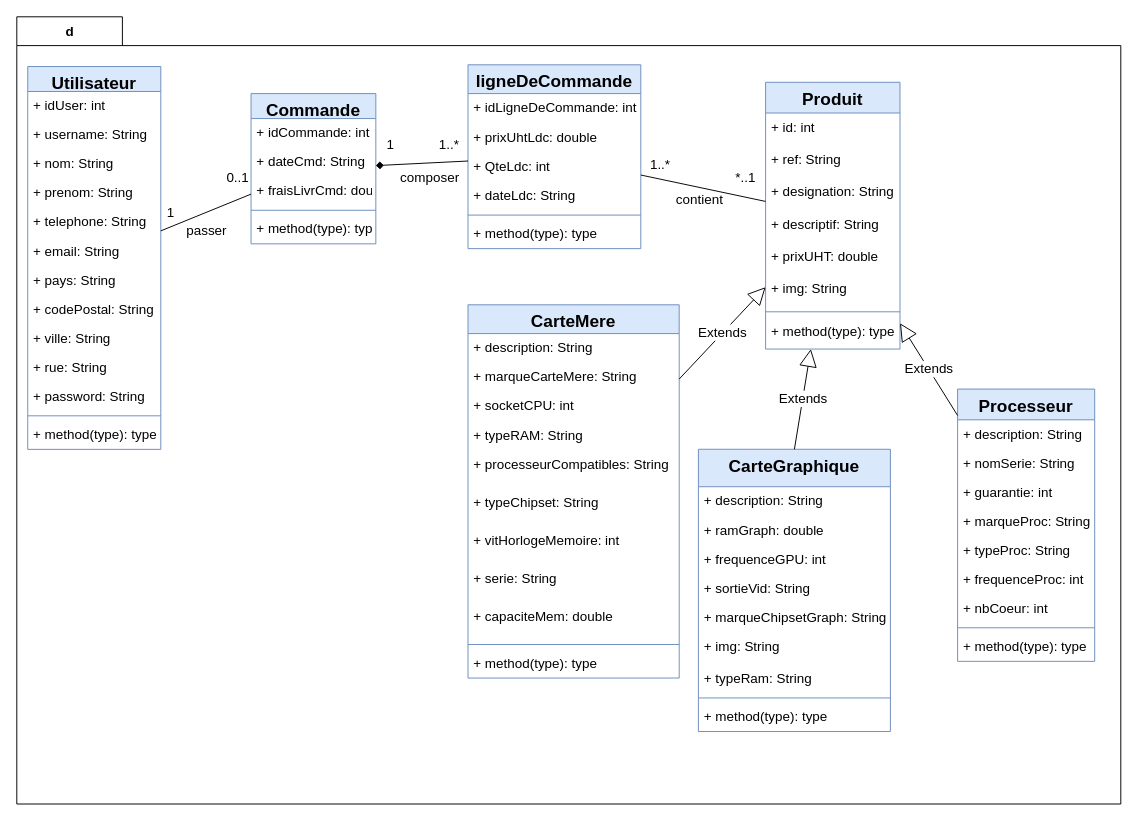
Above: modelisation/projet.drawio in Yoann-Ballester/Cda_projet (draw.io), before the change. Source tidied: cells renumbered, new cells numbered last; positions are measured from the earlier drawing's top-left corner, leaving out a move shared by most shapes. Both pictures are drawn from the tidied source at 96%, with x=0, y=0 at pixel (16, 16).
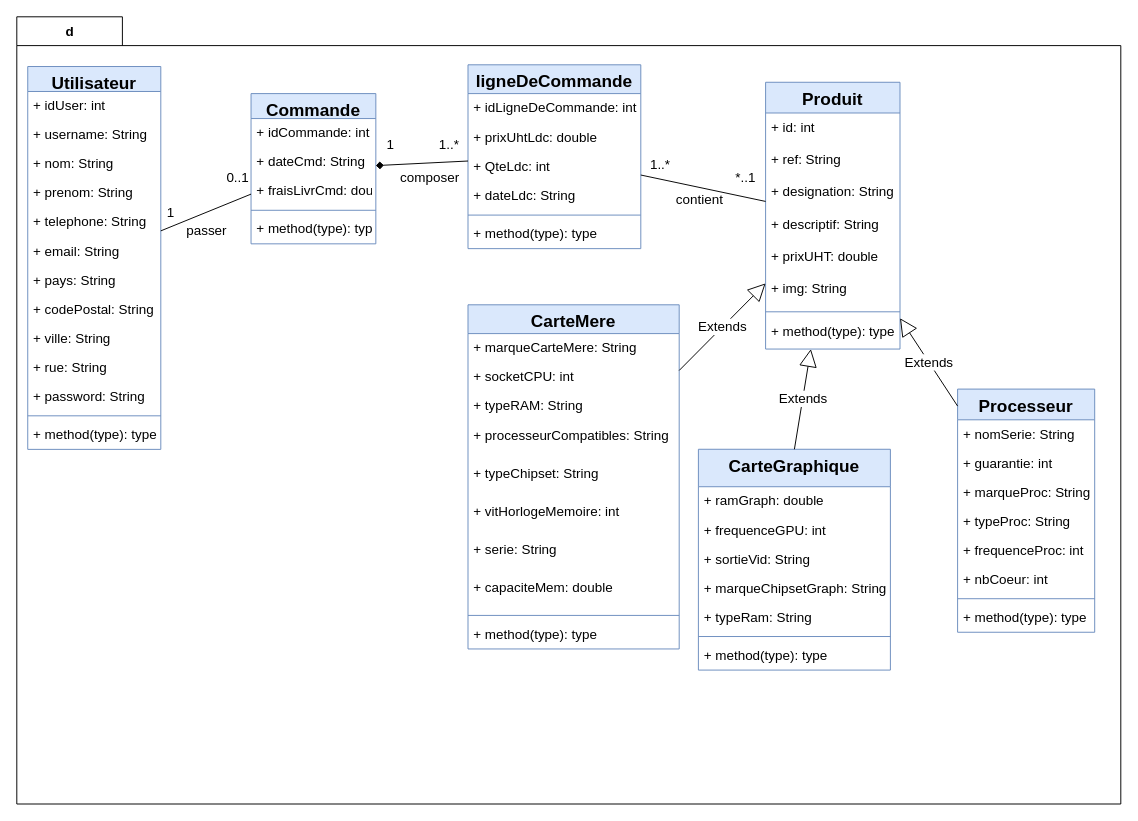
After the change.

The change refers to these unchanged cells:
```xml
<mxCell id="2" value="d" style="shape=folder;fontStyle=1;tabWidth=110;tabHeight=30;tabPosition=left;html=1;boundedLbl=1;labelInHeader=1;fontSize=14;" parent="1" vertex="1">
  <mxGeometry width="1150" height="820" as="geometry" />
</mxCell>
```

Change to the diagram source:
```diff
@@
     <mxCell id="31" value="Processeur" style="swimlane;fontStyle=1;align=center;verticalAlign=top;horizontal=1;startSize=32;fillColor=#dae8fc;strokeColor=#6c8ebf;fontSize=18;" parent="2" vertex="1">
-      <mxGeometry x="980" y="387.8" width="142.8" height="283.6" as="geometry" />
+      <mxGeometry x="980" y="387.8" width="142.8" height="253.3" as="geometry" />
     </mxCell>
-    <mxCell id="32" value="+ description: String" style="text;strokeColor=none;fillColor=none;align=left;verticalAlign=top;spacingLeft=4;spacingRight=4;overflow=hidden;fontSize=14;" parent="31" vertex="1">
-      <mxGeometry y="32" width="142.8" height="30.3" as="geometry" />
-    </mxCell>
     <mxCell id="33" value="+ nomSerie: String" style="text;strokeColor=none;fillColor=none;align=left;verticalAlign=top;spacingLeft=4;spacingRight=4;overflow=hidden;fontSize=14;" parent="31" vertex="1">
-      <mxGeometry y="62.3" width="142.8" height="30.3" as="geometry" />
+      <mxGeometry y="32" width="142.8" height="30.3" as="geometry" />
     </mxCell>
     <mxCell id="34" value="+ guarantie: int" style="text;strokeColor=none;fillColor=none;align=left;verticalAlign=top;spacingLeft=4;spacingRight=4;overflow=hidden;fontSize=14;" parent="31" vertex="1">
-      <mxGeometry y="92.6" width="142.8" height="30.3" as="geometry" />
+      <mxGeometry y="62.3" width="142.8" height="30.3" as="geometry" />
     </mxCell>
     <mxCell id="35" value="+ marqueProc: String" style="text;strokeColor=none;fillColor=none;align=left;verticalAlign=top;spacingLeft=4;spacingRight=4;overflow=hidden;fontSize=14;" parent="31" vertex="1">
-      <mxGeometry y="122.9" width="142.8" height="30.3" as="geometry" />
+      <mxGeometry y="92.6" width="142.8" height="30.3" as="geometry" />
     </mxCell>
     <mxCell id="36" value="+ typeProc: String" style="text;strokeColor=none;fillColor=none;align=left;verticalAlign=top;spacingLeft=4;spacingRight=4;overflow=hidden;fontSize=14;" parent="31" vertex="1">
-      <mxGeometry y="153.1" width="142.8" height="30.3" as="geometry" />
+      <mxGeometry y="122.9" width="142.8" height="30.3" as="geometry" />
     </mxCell>
     <mxCell id="37" value="+ frequenceProc: int" style="text;strokeColor=none;fillColor=none;align=left;verticalAlign=top;spacingLeft=4;spacingRight=4;overflow=hidden;fontSize=14;" parent="31" vertex="1">
-      <mxGeometry y="183.4" width="142.8" height="30.3" as="geometry" />
+      <mxGeometry y="153.1" width="142.8" height="30.3" as="geometry" />
     </mxCell>
     <mxCell id="38" value="+ nbCoeur: int" style="text;strokeColor=none;fillColor=none;align=left;verticalAlign=top;spacingLeft=4;spacingRight=4;overflow=hidden;fontSize=14;" parent="31" vertex="1">
-      <mxGeometry y="213.7" width="142.8" height="30.3" as="geometry" />
+      <mxGeometry y="183.4" width="142.8" height="30.3" as="geometry" />
     </mxCell>
     <mxCell id="39" style="line;strokeWidth=1;fillColor=none;align=left;verticalAlign=middle;spacingTop=-1;spacingLeft=3;spacingRight=3;labelPosition=right;strokeColor=inherit;fontSize=14;" parent="31" vertex="1">
-      <mxGeometry y="244" width="142.8" height="9.3" as="geometry" />
+      <mxGeometry y="213.7" width="142.8" height="9.3" as="geometry" />
     </mxCell>
     <mxCell id="40" value="+ method(type): type" style="text;strokeColor=none;fillColor=none;align=left;verticalAlign=top;spacingLeft=4;spacingRight=4;overflow=hidden;fontSize=14;" parent="31" vertex="1">
-      <mxGeometry y="253.3" width="142.8" height="30.3" as="geometry" />
+      <mxGeometry y="223" width="142.8" height="30.3" as="geometry" />
     </mxCell>
     <mxCell id="41" value="CarteGraphique" style="swimlane;fontStyle=1;align=center;verticalAlign=top;horizontal=1;startSize=39;fillColor=#dae8fc;strokeColor=#6c8ebf;fontSize=18;" parent="2" vertex="1">
-      <mxGeometry x="710" y="450.5" width="200" height="294" as="geometry" />
+      <mxGeometry x="710" y="450.5" width="200" height="230" as="geometry" />
     </mxCell>
-    <mxCell id="42" value="+ description: String" style="text;strokeColor=none;fillColor=none;align=left;verticalAlign=top;spacingLeft=4;spacingRight=4;overflow=hidden;fontSize=14;" parent="41" vertex="1">
-      <mxGeometry y="39" width="200" height="30.3" as="geometry" />
-    </mxCell>
     <mxCell id="43" value="+ ramGraph: double" style="text;strokeColor=none;fillColor=none;align=left;verticalAlign=top;spacingLeft=4;spacingRight=4;overflow=hidden;fontSize=14;" parent="41" vertex="1">
-      <mxGeometry y="69.3" width="200" height="30.3" as="geometry" />
+      <mxGeometry y="39" width="200" height="30.3" as="geometry" />
     </mxCell>
     <mxCell id="44" value="+ frequenceGPU: int" style="text;strokeColor=none;fillColor=none;align=left;verticalAlign=top;spacingLeft=4;spacingRight=4;overflow=hidden;fontSize=14;" parent="41" vertex="1">
-      <mxGeometry y="99.6" width="200" height="30.3" as="geometry" />
+      <mxGeometry y="69.3" width="200" height="30.3" as="geometry" />
     </mxCell>
     <mxCell id="45" value="+ sortieVid: String" style="text;strokeColor=none;fillColor=none;align=left;verticalAlign=top;spacingLeft=4;spacingRight=4;overflow=hidden;fontSize=14;" parent="41" vertex="1">
-      <mxGeometry y="129.9" width="200" height="30.3" as="geometry" />
+      <mxGeometry y="99.6" width="200" height="30.3" as="geometry" />
     </mxCell>
     <mxCell id="46" value="+ marqueChipsetGraph: String" style="text;strokeColor=none;fillColor=none;align=left;verticalAlign=top;spacingLeft=4;spacingRight=4;overflow=hidden;fontSize=14;" parent="41" vertex="1">
-      <mxGeometry y="160.1" width="200" height="30.3" as="geometry" />
+      <mxGeometry y="129.9" width="200" height="30.3" as="geometry" />
     </mxCell>
-    <mxCell id="47" value="+ img: String" style="text;strokeColor=none;fillColor=none;align=left;verticalAlign=top;spacingLeft=4;spacingRight=4;overflow=hidden;fontSize=14;" parent="41" vertex="1">
-      <mxGeometry y="190.4" width="200" height="33.7" as="geometry" />
-    </mxCell>
     <mxCell id="48" value="+ typeRam: String" style="text;strokeColor=none;fillColor=none;align=left;verticalAlign=top;spacingLeft=4;spacingRight=4;overflow=hidden;fontSize=14;" parent="41" vertex="1">
-      <mxGeometry y="224.1" width="200" height="30.3" as="geometry" />
+      <mxGeometry y="160.1" width="200" height="30.3" as="geometry" />
     </mxCell>
     <mxCell id="49" style="line;strokeWidth=1;fillColor=none;align=left;verticalAlign=middle;spacingTop=-1;spacingLeft=3;spacingRight=3;labelPosition=right;strokeColor=inherit;fontSize=14;" parent="41" vertex="1">
-      <mxGeometry y="254.4" width="200" height="9.3" as="geometry" />
+      <mxGeometry y="190.4" width="200" height="9.3" as="geometry" />
     </mxCell>
     <mxCell id="50" value="+ method(type): type" style="text;strokeColor=none;fillColor=none;align=left;verticalAlign=top;spacingLeft=4;spacingRight=4;overflow=hidden;fontSize=14;" parent="41" vertex="1">
-      <mxGeometry y="263.7" width="200" height="30.3" as="geometry" />
+      <mxGeometry y="199.8" width="200" height="30.3" as="geometry" />
     </mxCell>
     <mxCell id="51" value="CarteMere" style="swimlane;fontStyle=1;align=center;verticalAlign=top;horizontal=1;startSize=30;fillColor=#dae8fc;strokeColor=#6c8ebf;fontSize=18;" parent="2" vertex="1">
-      <mxGeometry x="470" y="300" width="220" height="388.8" as="geometry" />
+      <mxGeometry x="470" y="300" width="220" height="358.5" as="geometry" />
     </mxCell>
-    <mxCell id="52" value="+ description: String" style="text;strokeColor=none;fillColor=none;align=left;verticalAlign=top;spacingLeft=4;spacingRight=4;overflow=hidden;fontSize=14;" parent="51" vertex="1">
-      <mxGeometry y="30" width="220" height="30.3" as="geometry" />
-    </mxCell>
     <mxCell id="53" value="+ marqueCarteMere: String" style="text;strokeColor=none;fillColor=none;align=left;verticalAlign=top;spacingLeft=4;spacingRight=4;overflow=hidden;fontSize=14;" parent="51" vertex="1">
-      <mxGeometry y="60.3" width="220" height="30.3" as="geometry" />
+      <mxGeometry y="30" width="220" height="30.3" as="geometry" />
     </mxCell>
     <mxCell id="54" value="+ socketCPU: int" style="text;strokeColor=none;fillColor=none;align=left;verticalAlign=top;spacingLeft=4;spacingRight=4;overflow=hidden;fontSize=14;" parent="51" vertex="1">
-      <mxGeometry y="90.6" width="220" height="30.3" as="geometry" />
+      <mxGeometry y="60.3" width="220" height="30.3" as="geometry" />
     </mxCell>
     <mxCell id="55" value="+ typeRAM: String" style="text;strokeColor=none;fillColor=none;align=left;verticalAlign=top;spacingLeft=4;spacingRight=4;overflow=hidden;fontSize=14;" parent="51" vertex="1">
-      <mxGeometry y="120.9" width="220" height="30.3" as="geometry" />
+      <mxGeometry y="90.6" width="220" height="30.3" as="geometry" />
     </mxCell>
     <mxCell id="56" value="+ processeurCompatibles: String" style="text;strokeColor=none;fillColor=none;align=left;verticalAlign=top;spacingLeft=4;spacingRight=4;overflow=hidden;fontSize=14;" parent="51" vertex="1">
-      <mxGeometry y="151.1" width="220" height="39.6" as="geometry" />
+      <mxGeometry y="120.9" width="220" height="39.6" as="geometry" />
     </mxCell>
     <mxCell id="57" value="+ typeChipset: String" style="text;strokeColor=none;fillColor=none;align=left;verticalAlign=top;spacingLeft=4;spacingRight=4;overflow=hidden;fontSize=14;" parent="51" vertex="1">
-      <mxGeometry y="190.8" width="220" height="39.6" as="geometry" />
+      <mxGeometry y="160.5" width="220" height="39.6" as="geometry" />
     </mxCell>
     <mxCell id="58" value="+ vitHorlogeMemoire: int" style="text;strokeColor=none;fillColor=none;align=left;verticalAlign=top;spacingLeft=4;spacingRight=4;overflow=hidden;fontSize=14;" parent="51" vertex="1">
-      <mxGeometry y="230.4" width="220" height="39.6" as="geometry" />
+      <mxGeometry y="200.1" width="220" height="39.6" as="geometry" />
     </mxCell>
     <mxCell id="59" value="+ serie: String" style="text;strokeColor=none;fillColor=none;align=left;verticalAlign=top;spacingLeft=4;spacingRight=4;overflow=hidden;fontSize=14;" parent="51" vertex="1">
-      <mxGeometry y="270" width="220" height="39.6" as="geometry" />
+      <mxGeometry y="239.7" width="220" height="39.6" as="geometry" />
     </mxCell>
     <mxCell id="60" value="+ capaciteMem: double" style="text;strokeColor=none;fillColor=none;align=left;verticalAlign=top;spacingLeft=4;spacingRight=4;overflow=hidden;fontSize=14;" parent="51" vertex="1">
-      <mxGeometry y="309.6" width="220" height="39.6" as="geometry" />
+      <mxGeometry y="279.3" width="220" height="39.6" as="geometry" />
     </mxCell>
     <mxCell id="61" style="line;strokeWidth=1;fillColor=none;align=left;verticalAlign=middle;spacingTop=-1;spacingLeft=3;spacingRight=3;labelPosition=right;strokeColor=inherit;fontSize=14;" parent="51" vertex="1">
-      <mxGeometry y="349.2" width="220" height="9.3" as="geometry" />
+      <mxGeometry y="318.9" width="220" height="9.3" as="geometry" />
     </mxCell>
     <mxCell id="62" value="+ method(type): type" style="text;strokeColor=none;fillColor=none;align=left;verticalAlign=top;spacingLeft=4;spacingRight=4;overflow=hidden;fontSize=14;" parent="51" vertex="1">
-      <mxGeometry y="358.5" width="220" height="30.3" as="geometry" />
+      <mxGeometry y="328.2" width="220" height="30.3" as="geometry" />
     </mxCell>
```
